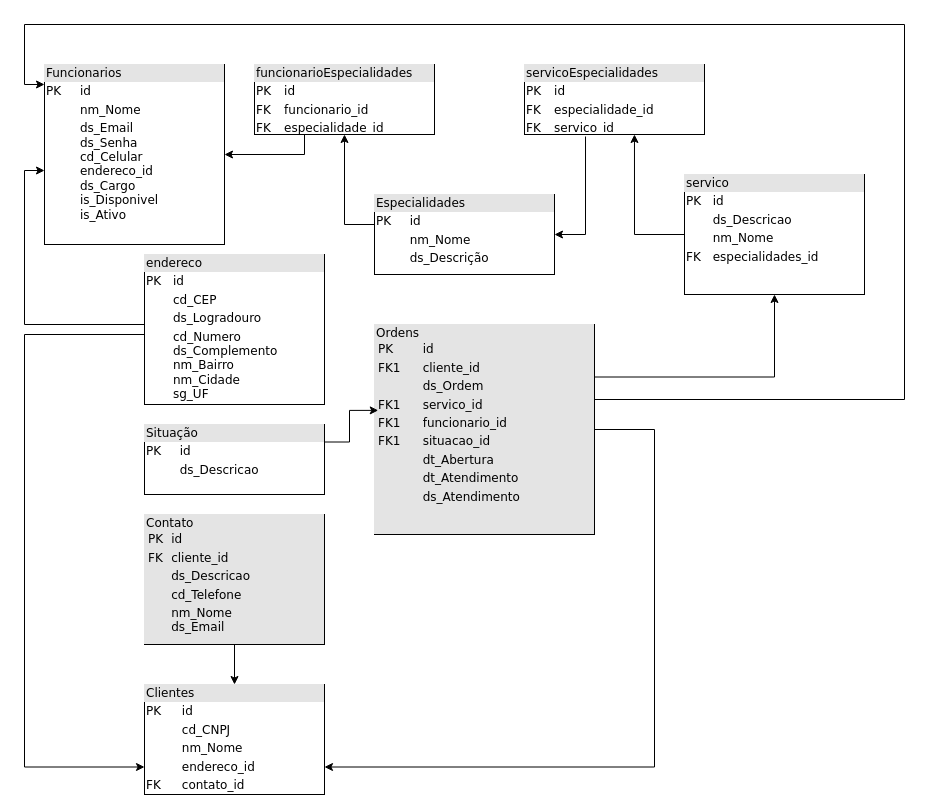
Before: banco de dados.drawio in S-I-G-O-S/planejamento, a draw.io diagram. Source tidied: cells renumbered, new cells numbered last; positions are measured from the earlier drawing's top-left corner, leaving out a move shared by most shapes. Both pictures are drawn from the tidied source at 100%, with x=0, y=0 at pixel (24, 24).
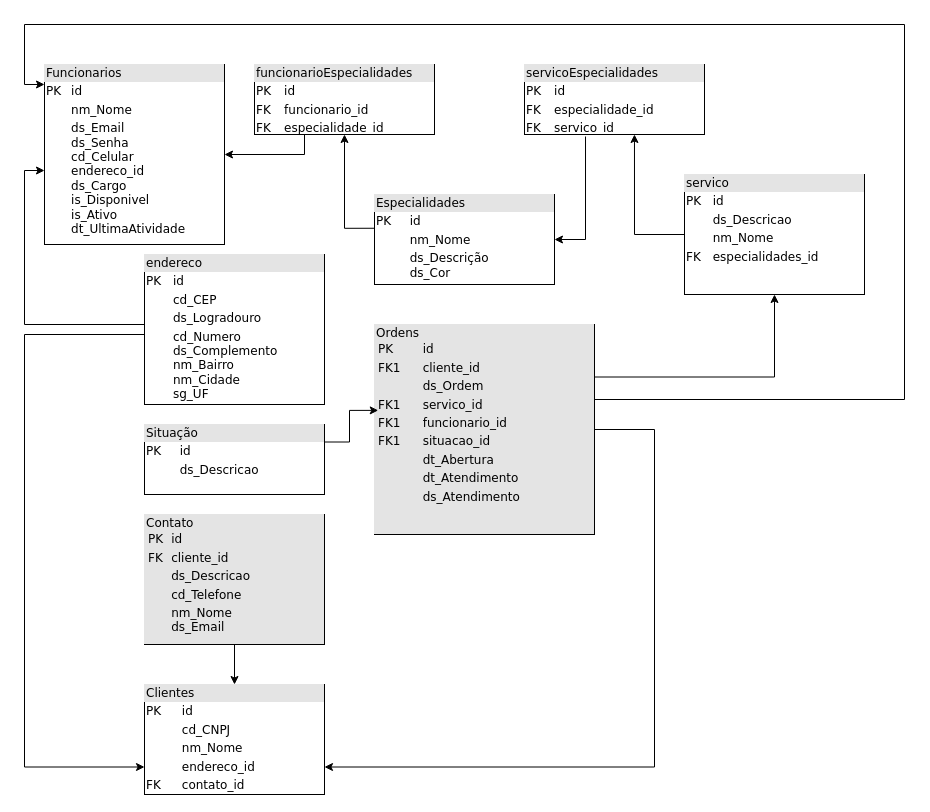
Above is the later version.

Diff of the diagram source:
```diff
@@
-    <mxCell id="2" value="&lt;div style=&quot;box-sizing:border-box;width:100%;background:#e4e4e4;padding:2px;&quot;&gt;Funcionarios&lt;/div&gt;&lt;table style=&quot;width:100%;font-size:1em;&quot; cellpadding=&quot;2&quot; cellspacing=&quot;0&quot;&gt;&lt;tbody&gt;&lt;tr&gt;&lt;td&gt;PK&lt;/td&gt;&lt;td&gt;id&lt;br&gt;&lt;/td&gt;&lt;/tr&gt;&lt;tr&gt;&lt;td&gt;&lt;br&gt;&lt;/td&gt;&lt;td&gt;nm_Nome&lt;/td&gt;&lt;/tr&gt;&lt;tr&gt;&lt;td&gt;&lt;/td&gt;&lt;td&gt;ds_Email&lt;br&gt;ds_Senha&lt;br&gt;cd_Celular&lt;br&gt;endereco_id&lt;br&gt;ds_Cargo&lt;br&gt;is_Disponivel&lt;br&gt;is_Ativo&lt;br&gt;&lt;br&gt;&lt;/td&gt;&lt;/tr&gt;&lt;/tbody&gt;&lt;/table&gt;" style="verticalAlign=top;align=left;overflow=fill;html=1;rounded=0;shadow=0;comic=0;labelBackgroundColor=none;strokeWidth=1;fontFamily=Verdana;fontSize=12;" parent="1" vertex="1">
+    <mxCell id="2" value="&lt;div style=&quot;box-sizing:border-box;width:100%;background:#e4e4e4;padding:2px;&quot;&gt;Funcionarios&lt;/div&gt;&lt;table style=&quot;width:100%;font-size:1em;&quot; cellpadding=&quot;2&quot; cellspacing=&quot;0&quot;&gt;&lt;tbody&gt;&lt;tr&gt;&lt;td&gt;PK&lt;/td&gt;&lt;td&gt;id&lt;br&gt;&lt;/td&gt;&lt;/tr&gt;&lt;tr&gt;&lt;td&gt;&lt;br&gt;&lt;/td&gt;&lt;td&gt;nm_Nome&lt;/td&gt;&lt;/tr&gt;&lt;tr&gt;&lt;td&gt;&lt;/td&gt;&lt;td&gt;ds_Email&lt;br&gt;ds_Senha&lt;br&gt;cd_Celular&lt;br&gt;endereco_id&lt;br&gt;ds_Cargo&lt;br&gt;is_Disponivel&lt;br&gt;is_Ativo&lt;br&gt;&lt;span style=&quot;background-color: rgb(255, 255, 255);&quot;&gt;dt_UltimaAtividade&lt;/span&gt;&lt;br style=&quot;background-color: rgb(255, 255, 255);&quot;&gt;&lt;/td&gt;&lt;/tr&gt;&lt;/tbody&gt;&lt;/table&gt;" style="verticalAlign=top;align=left;overflow=fill;html=1;rounded=0;shadow=0;comic=0;labelBackgroundColor=none;strokeWidth=1;fontFamily=Verdana;fontSize=12;" parent="1" vertex="1">
       <mxGeometry x="20" y="40" width="180" height="180" as="geometry" />
     </mxCell>
-    <mxCell id="3" value="&lt;div style=&quot;box-sizing: border-box ; width: 100% ; background: #e4e4e4 ; padding: 2px&quot;&gt;Especialidades&lt;/div&gt;&lt;table style=&quot;width: 100% ; font-size: 1em&quot; cellpadding=&quot;2&quot; cellspacing=&quot;0&quot;&gt;&lt;tbody&gt;&lt;tr&gt;&lt;td&gt;PK&lt;/td&gt;&lt;td&gt;id&lt;/td&gt;&lt;/tr&gt;&lt;tr&gt;&lt;td&gt;&lt;br&gt;&lt;/td&gt;&lt;td&gt;nm_Nome&lt;/td&gt;&lt;/tr&gt;&lt;tr&gt;&lt;td&gt;&lt;/td&gt;&lt;td&gt;ds_Descrição&lt;/td&gt;&lt;/tr&gt;&lt;tr&gt;&lt;td&gt;&lt;/td&gt;&lt;td&gt;&lt;br&gt;&lt;/td&gt;&lt;/tr&gt;&lt;/tbody&gt;&lt;/table&gt;" style="verticalAlign=top;align=left;overflow=fill;html=1;rounded=0;shadow=0;comic=0;labelBackgroundColor=none;strokeWidth=1;fontFamily=Verdana;fontSize=12;" parent="1" vertex="1">
-      <mxGeometry x="350" y="170" width="180" height="80" as="geometry" />
+    <mxCell id="3" value="&lt;div style=&quot;box-sizing: border-box ; width: 100% ; background: #e4e4e4 ; padding: 2px&quot;&gt;Especialidades&lt;/div&gt;&lt;table style=&quot;width: 100% ; font-size: 1em&quot; cellpadding=&quot;2&quot; cellspacing=&quot;0&quot;&gt;&lt;tbody&gt;&lt;tr&gt;&lt;td&gt;PK&lt;/td&gt;&lt;td&gt;id&lt;/td&gt;&lt;/tr&gt;&lt;tr&gt;&lt;td&gt;&lt;br&gt;&lt;/td&gt;&lt;td&gt;nm_Nome&lt;/td&gt;&lt;/tr&gt;&lt;tr&gt;&lt;td&gt;&lt;/td&gt;&lt;td&gt;ds_Descrição&lt;br&gt;&lt;span style=&quot;background-color: rgb(255, 255, 255);&quot;&gt;ds_Cor&lt;/span&gt;&lt;br&gt;&lt;/td&gt;&lt;/tr&gt;&lt;tr&gt;&lt;td&gt;&lt;/td&gt;&lt;td&gt;&lt;br&gt;&lt;/td&gt;&lt;/tr&gt;&lt;/tbody&gt;&lt;/table&gt;" style="verticalAlign=top;align=left;overflow=fill;html=1;rounded=0;shadow=0;comic=0;labelBackgroundColor=none;strokeWidth=1;fontFamily=Verdana;fontSize=12;" parent="1" vertex="1">
+      <mxGeometry x="350" y="170" width="180" height="90" as="geometry" />
     </mxCell>
```
